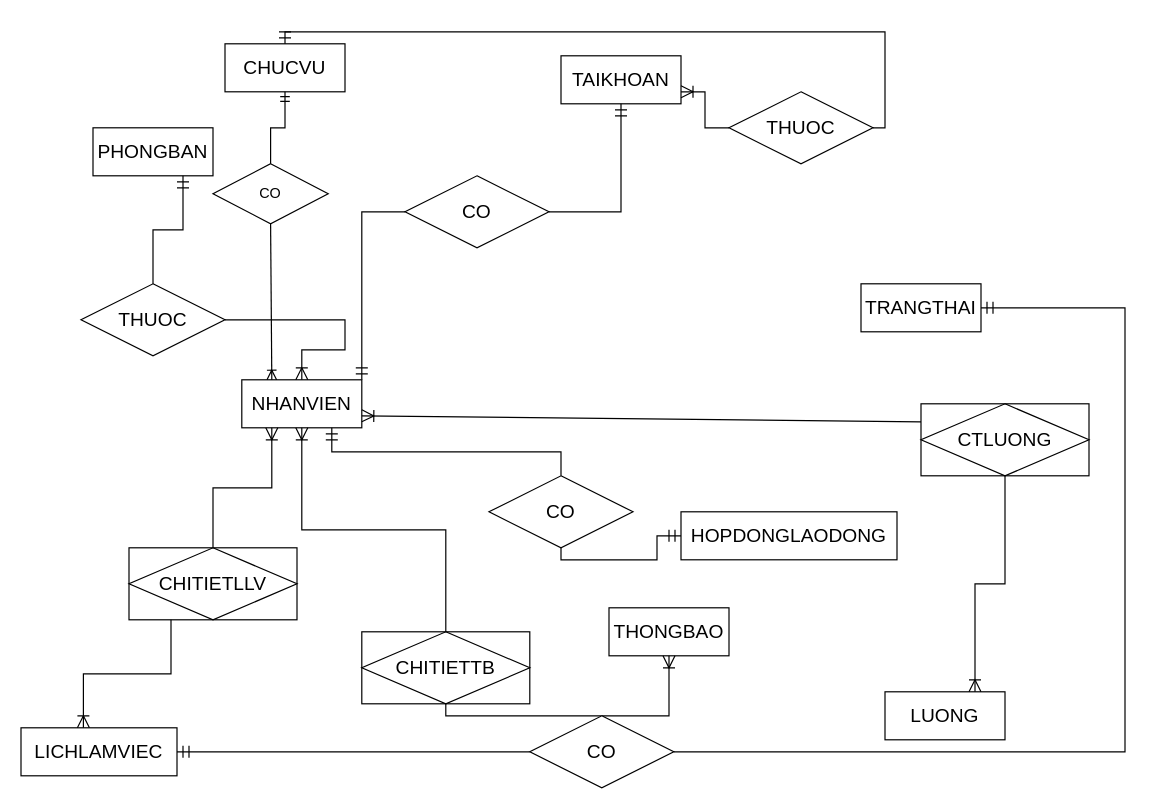
This is page "Trang-3" (3 of 3) of Biểu đồ không có tiêu đề.drawio from VanTruongPTITHCM2002/DoAnJava, a draw.io file, before an edit. Source tidied: cells renumbered, new cells numbered last; positions are measured from the earlier drawing's top-left corner, leaving out a move shared by most shapes. Both pictures are drawn from the tidied source at 120%, with x=0, y=0 at pixel (20, 31).
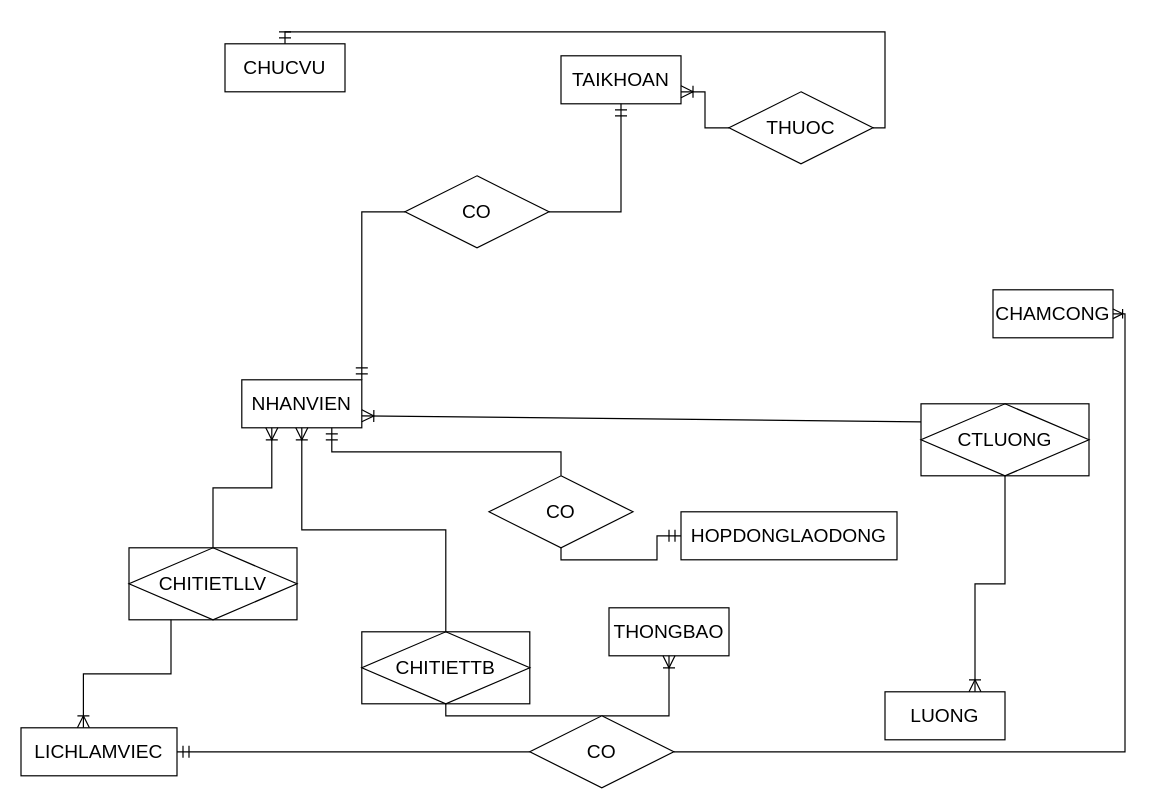
Above is the later version.

Commit message:
Cập nhật Biểu đồ không có tiêu đề.drawio

The change refers to these unchanged cells:
```xml
<mxCell id="2" value="NHANVIEN" style="whiteSpace=wrap;html=1;align=center;fontSize=16;" parent="1" vertex="1">
  <mxGeometry x="184" y="290" width="100" height="40" as="geometry" />
</mxCell>
<mxCell id="7" value="CHUCVU" style="whiteSpace=wrap;html=1;align=center;fontSize=16;" parent="1" vertex="1">
  <mxGeometry x="170" y="10" width="100" height="40" as="geometry" />
</mxCell>
<mxCell id="30" value="CO" style="shape=rhombus;perimeter=rhombusPerimeter;whiteSpace=wrap;html=1;align=center;fontSize=16;" parent="1" vertex="1">
  <mxGeometry x="424" y="570" width="120" height="60" as="geometry" />
</mxCell>
```

What changed in the source:
```diff
@@
-    <mxCell id="8" value="TRANGTHAI" style="whiteSpace=wrap;html=1;align=center;fontSize=16;" parent="1" vertex="1">
-      <mxGeometry x="700" y="210" width="100" height="40" as="geometry" />
+    <mxCell id="8" value="CHAMCONG" style="whiteSpace=wrap;html=1;align=center;fontSize=16;" parent="1" vertex="1">
+      <mxGeometry x="810" y="215" width="100" height="40" as="geometry" />
     </mxCell>
@@
-    <mxCell id="16" value="PHONGBAN" style="whiteSpace=wrap;html=1;align=center;fontSize=16;" parent="1" vertex="1">
-      <mxGeometry x="60" y="80" width="100" height="40" as="geometry" />
-    </mxCell>
@@
-    <mxCell id="25" value="THUOC" style="shape=rhombus;perimeter=rhombusPerimeter;whiteSpace=wrap;html=1;align=center;fontSize=16;" parent="1" vertex="1">
-      <mxGeometry x="50" y="210" width="120" height="60" as="geometry" />
-    </mxCell>
-    <mxCell id="26" style="fontSize=12;html=1;endArrow=ERmandOne;rounded=0;startSize=8;endSize=8;exitX=0.5;exitY=0;exitDx=0;exitDy=0;entryX=0.75;entryY=1;entryDx=0;entryDy=0;edgeStyle=orthogonalEdgeStyle;" parent="1" edge="1" source="25" target="16">
-      <mxGeometry relative="1" as="geometry" />
-    </mxCell>
-    <mxCell id="27" style="fontSize=12;html=1;endArrow=ERoneToMany;rounded=0;startSize=8;endSize=8;exitX=1;exitY=0.5;exitDx=0;exitDy=0;entryX=0.5;entryY=0;entryDx=0;entryDy=0;edgeStyle=orthogonalEdgeStyle;" parent="1" edge="1" source="25" target="2">
-      <mxGeometry relative="1" as="geometry">
-        <Array as="points">
-          <mxPoint x="270" y="265" />
-          <mxPoint x="234" y="265" />
-        </Array>
-      </mxGeometry>
-    </mxCell>
@@
-    <mxCell id="32" style="edgeStyle=orthogonalEdgeStyle;fontSize=12;html=1;endArrow=ERmandOne;rounded=0;startSize=8;endSize=8;exitX=1;exitY=0.5;exitDx=0;exitDy=0;entryX=1;entryY=0.5;entryDx=0;entryDy=0;" parent="1" edge="1" source="30" target="8">
-      <mxGeometry relative="1" as="geometry">
-        <Array as="points">
-          <mxPoint x="920" y="600" />
-          <mxPoint x="920" y="230" />
-        </Array>
-      </mxGeometry>
-    </mxCell>
@@
-    <mxCell id="36" value="CO" style="shape=rhombus;perimeter=rhombusPerimeter;whiteSpace=wrap;html=1;align=center;" parent="1" vertex="1">
-      <mxGeometry x="160" y="110" width="96" height="50" as="geometry" />
-    </mxCell>
-    <mxCell id="37" style="fontSize=12;html=1;endArrow=ERoneToMany;rounded=0;exitX=0.5;exitY=1;exitDx=0;exitDy=0;entryX=0.25;entryY=0;entryDx=0;entryDy=0;" parent="1" edge="1" source="36" target="2">
-      <mxGeometry relative="1" as="geometry" />
-    </mxCell>
-    <mxCell id="38" style="fontSize=12;html=1;endArrow=ERmandOne;rounded=0;exitX=0.5;exitY=0;exitDx=0;exitDy=0;entryX=0.5;entryY=1;entryDx=0;entryDy=0;edgeStyle=orthogonalEdgeStyle;" parent="1" edge="1" source="36" target="7">
-      <mxGeometry relative="1" as="geometry" />
-    </mxCell>
+    <mxCell id="32" style="edgeStyle=orthogonalEdgeStyle;fontSize=12;html=1;endArrow=ERoneToMany;rounded=0;exitX=1;exitY=0.5;exitDx=0;exitDy=0;entryX=1;entryY=0.5;entryDx=0;entryDy=0;" parent="1" edge="1" source="30" target="8">
+      <mxGeometry relative="1" as="geometry" />
+    </mxCell>
```
